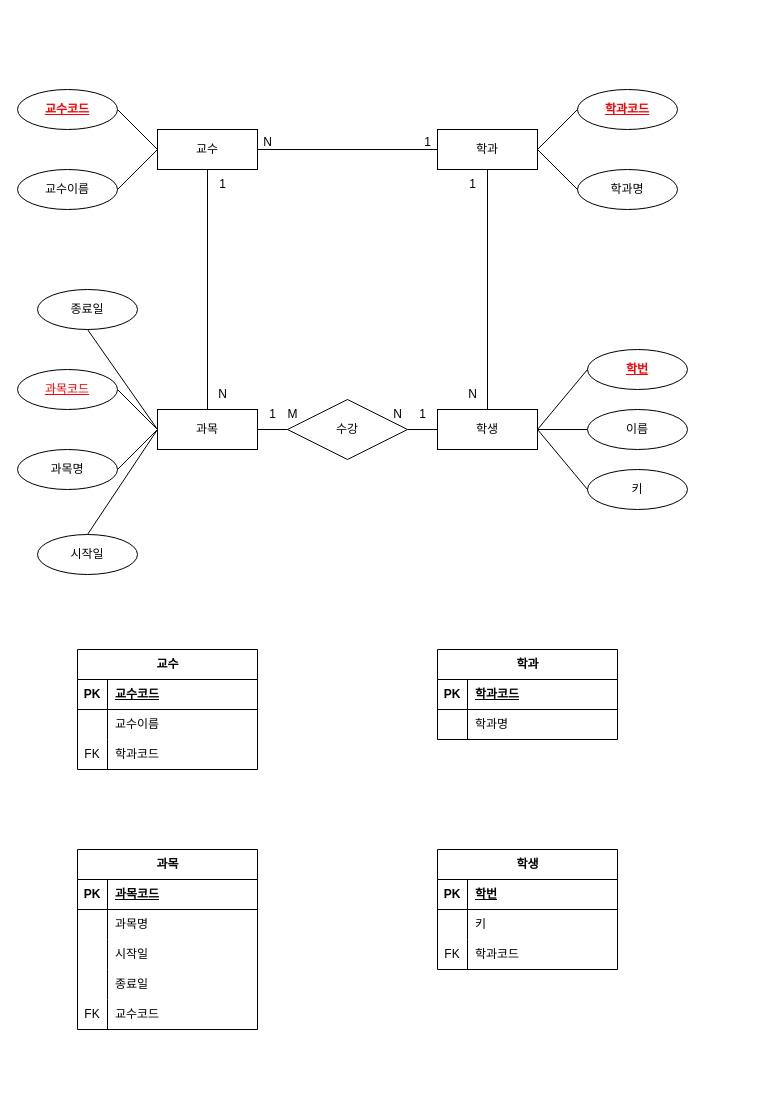
Earlier version of the draw.io diagram 학사관리.drawio (oin1230/OIN). Source tidied: cells renumbered, new cells numbered last; positions are measured from the earlier drawing's top-left corner, leaving out a move shared by most shapes. Both pictures are drawn from the tidied source at 100%, with x=0, y=0 at pixel (17, 89).
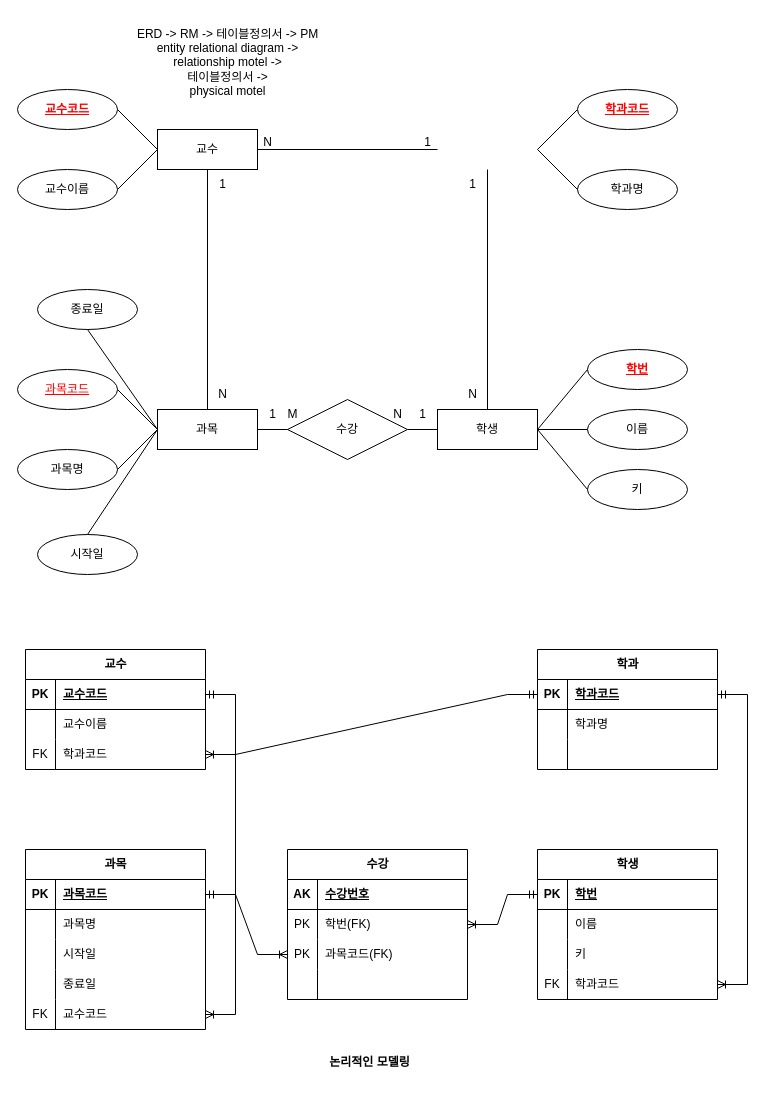
After the change.

Commit message:
학사관리.drawio 업데이트

Unchanged cells that the change refers to:
```xml
<mxCell id="3" value="교수" style="whiteSpace=wrap;html=1;align=center;" parent="1" vertex="1">
  <mxGeometry x="140" y="40" width="100" height="40" as="geometry" />
</mxCell>
<mxCell id="4" value="학생" style="whiteSpace=wrap;html=1;align=center;" parent="1" vertex="1">
  <mxGeometry x="420" y="320" width="100" height="40" as="geometry" />
</mxCell>
<mxCell id="13" value="학과코드" style="ellipse;whiteSpace=wrap;html=1;align=center;fontStyle=5;fontColor=#FF0000;" parent="1" vertex="1">
  <mxGeometry x="560" width="100" height="40" as="geometry" />
</mxCell>
<mxCell id="45" style="shape=tableRow;horizontal=0;startSize=0;swimlaneHead=0;swimlaneBody=0;fillColor=none;points=[[0,0.5],[1,0.5]];portConstraint=eastwest;top=0;left=0;right=0;bottom=1;" parent="44" vertex="1">
  <mxGeometry y="30" width="180" height="30" as="geometry" />
</mxCell>
<mxCell id="51" style="shape=tableRow;horizontal=0;startSize=0;swimlaneHead=0;swimlaneBody=0;fillColor=none;points=[[0,0.5],[1,0.5]];portConstraint=eastwest;top=0;left=0;right=0;bottom=0;" parent="44" vertex="1">
  <mxGeometry y="90" width="180" height="30" as="geometry" />
</mxCell>
<mxCell id="55" style="shape=tableRow;horizontal=0;startSize=0;swimlaneHead=0;swimlaneBody=0;fillColor=none;points=[[0,0.5],[1,0.5]];portConstraint=eastwest;top=0;left=0;right=0;bottom=1;" parent="54" vertex="1">
  <mxGeometry y="30" width="180" height="30" as="geometry" />
</mxCell>
<mxCell id="62" style="shape=tableRow;horizontal=0;startSize=0;swimlaneHead=0;swimlaneBody=0;fillColor=none;points=[[0,0.5],[1,0.5]];portConstraint=eastwest;top=0;left=0;right=0;bottom=1;" parent="61" vertex="1">
  <mxGeometry y="30" width="180" height="30" as="geometry" />
</mxCell>
<mxCell id="65" style="shape=tableRow;horizontal=0;startSize=0;swimlaneHead=0;swimlaneBody=0;fillColor=none;top=0;left=0;right=0;bottom=0;" parent="61" vertex="1">
  <mxGeometry y="60" width="180" height="30" as="geometry" />
</mxCell>
<mxCell id="72" style="shape=tableRow;horizontal=0;startSize=0;swimlaneHead=0;swimlaneBody=0;fillColor=none;points=[[0,0.5],[1,0.5]];portConstraint=eastwest;top=0;left=0;right=0;bottom=1;" parent="71" vertex="1">
  <mxGeometry y="30" width="180" height="30" as="geometry" />
</mxCell>
<mxCell id="84" style="shape=tableRow;horizontal=0;startSize=0;swimlaneHead=0;swimlaneBody=0;fillColor=none;points=[[0,0.5],[1,0.5]];portConstraint=eastwest;top=0;left=0;right=0;bottom=0;" parent="71" vertex="1">
  <mxGeometry y="150" width="180" height="30" as="geometry" />
</mxCell>
```

What changed in the source:
```diff
@@
-    <mxCell id="2" value="학과" style="whiteSpace=wrap;html=1;align=center;" parent="1" vertex="1">
-      <mxGeometry x="420" y="40" width="100" height="40" as="geometry" />
-    </mxCell>
@@
-    <mxCell id="23" style="endArrow=none;html=1;rounded=0;exitX=1;exitY=0.5;exitDx=0;exitDy=0;entryX=0;entryY=0.5;entryDx=0;entryDy=0;" parent="1" edge="1" source="2" target="13">
-      <mxGeometry relative="1" as="geometry" />
+    <mxCell id="23" style="endArrow=none;html=1;rounded=0;exitX=1;exitY=0.5;exitDx=0;exitDy=0;entryX=0;entryY=0.5;entryDx=0;entryDy=0;" parent="1" edge="1" target="13">
+      <mxGeometry relative="1" as="geometry">
+        <mxPoint x="520" y="60" as="sourcePoint" />
+      </mxGeometry>
     </mxCell>
@@
-    <mxCell id="29" style="endArrow=none;html=1;rounded=0;entryX=0;entryY=0.5;entryDx=0;entryDy=0;exitX=1;exitY=0.5;exitDx=0;exitDy=0;" parent="1" edge="1" source="3" target="2">
-      <mxGeometry relative="1" as="geometry" />
+    <mxCell id="29" style="endArrow=none;html=1;rounded=0;entryX=0;entryY=0.5;entryDx=0;entryDy=0;exitX=1;exitY=0.5;exitDx=0;exitDy=0;" parent="1" edge="1" source="3">
+      <mxGeometry relative="1" as="geometry">
+        <mxPoint x="420" y="60" as="targetPoint" />
+      </mxGeometry>
     </mxCell>
@@
-    <mxCell id="32" style="endArrow=none;html=1;rounded=0;entryX=0.5;entryY=1;entryDx=0;entryDy=0;exitX=0.5;exitY=0;exitDx=0;exitDy=0;" parent="1" edge="1" source="4" target="2">
-      <mxGeometry relative="1" as="geometry" />
+    <mxCell id="32" style="endArrow=none;html=1;rounded=0;entryX=0.5;entryY=1;entryDx=0;entryDy=0;exitX=0.5;exitY=0;exitDx=0;exitDy=0;" parent="1" edge="1" source="4">
+      <mxGeometry relative="1" as="geometry">
+        <mxPoint x="470" y="80" as="targetPoint" />
+      </mxGeometry>
     </mxCell>
@@
     <mxCell id="44" value="교수" style="shape=table;startSize=30;childLayout=tableLayout;rowLines=0;fontStyle=1;align=center;html=1;" parent="1" vertex="1">
-      <mxGeometry x="60" y="560" width="180" height="120" as="geometry" />
+      <mxGeometry x="8" y="560" width="180" height="120" as="geometry" />
     </mxCell>
@@
     <mxCell id="54" value="학과" style="shape=table;startSize=30;childLayout=tableLayout;rowLines=0;fontStyle=1;align=center;html=1;" parent="1" vertex="1">
-      <mxGeometry x="420" y="560" width="180" height="90" as="geometry" />
+      <mxGeometry x="520" y="560" width="180" height="120" as="geometry" />
     </mxCell>
@@
+    <mxCell id="87" style="shape=tableRow;horizontal=0;startSize=0;swimlaneHead=0;swimlaneBody=0;fillColor=none;top=0;left=0;right=0;bottom=0;" parent="54" vertex="1">
+      <mxGeometry y="90" width="180" height="30" as="geometry" />
+    </mxCell>
+    <mxCell id="88" style="shape=partialRectangle;fillColor=none;top=0;left=0;bottom=0;right=0;overflow=hidden;whiteSpace=wrap;html=1;" parent="87" vertex="1">
+      <mxGeometry width="30" height="30" as="geometry" />
+    </mxCell>
+    <mxCell id="89" style="shape=partialRectangle;fillColor=none;top=0;left=0;bottom=0;right=0;align=left;spacingLeft=6;overflow=hidden;whiteSpace=wrap;html=1;" parent="87" vertex="1">
+      <mxGeometry x="30" width="150" height="30" as="geometry" />
+    </mxCell>
     <mxCell id="61" value="학생" style="shape=table;startSize=30;childLayout=tableLayout;rowLines=0;fontStyle=1;align=center;html=1;" parent="1" vertex="1">
-      <mxGeometry x="420" y="760" width="180" height="120" as="geometry" />
+      <mxGeometry x="520" y="760" width="180" height="150" as="geometry" />
     </mxCell>
@@
-    <mxCell id="67" value="키" style="shape=partialRectangle;fillColor=none;top=0;left=0;bottom=0;right=0;align=left;spacingLeft=6;overflow=hidden;whiteSpace=wrap;html=1;" parent="65" vertex="1">
+    <mxCell id="67" value="이름" style="shape=partialRectangle;fillColor=none;top=0;left=0;bottom=0;right=0;align=left;spacingLeft=6;overflow=hidden;whiteSpace=wrap;html=1;" parent="65" vertex="1">
       <mxGeometry x="30" width="150" height="30" as="geometry" />
     </mxCell>
+    <mxCell id="90" style="shape=tableRow;horizontal=0;startSize=0;swimlaneHead=0;swimlaneBody=0;fillColor=none;top=0;left=0;right=0;bottom=0;" parent="61" vertex="1">
+      <mxGeometry y="90" width="180" height="30" as="geometry" />
+    </mxCell>
+    <mxCell id="91" style="shape=partialRectangle;fillColor=none;top=0;left=0;bottom=0;right=0;overflow=hidden;whiteSpace=wrap;html=1;" parent="90" vertex="1">
+      <mxGeometry width="30" height="30" as="geometry" />
+    </mxCell>
+    <mxCell id="92" value="키" style="shape=partialRectangle;fillColor=none;top=0;left=0;bottom=0;right=0;align=left;spacingLeft=6;overflow=hidden;whiteSpace=wrap;html=1;" parent="90" vertex="1">
+      <mxGeometry x="30" width="150" height="30" as="geometry" />
+    </mxCell>
     <mxCell id="68" style="shape=tableRow;horizontal=0;startSize=0;swimlaneHead=0;swimlaneBody=0;fillColor=none;points=[[0,0.5],[1,0.5]];portConstraint=eastwest;top=0;left=0;right=0;bottom=0;" parent="61" vertex="1">
-      <mxGeometry y="90" width="180" height="30" as="geometry" />
+      <mxGeometry y="120" width="180" height="30" as="geometry" />
     </mxCell>
@@
     <mxCell id="71" value="과목" style="shape=table;startSize=30;childLayout=tableLayout;rowLines=0;fontStyle=1;align=center;html=1;" parent="1" vertex="1">
-      <mxGeometry x="60" y="760" width="180" height="180" as="geometry" />
+      <mxGeometry x="8" y="760" width="180" height="180" as="geometry" />
     </mxCell>
@@
+    <mxCell id="93" value="ERD -&amp;gt; RM -&amp;gt; 테이블정의서 -&amp;gt; PM&lt;br&gt;entity relational diagram -&amp;gt; &lt;br&gt;relationship motel -&amp;gt;&lt;br&gt;테이블정의서 -&amp;gt;&lt;br&gt;physical motel" style="text;html=1;align=center;verticalAlign=middle;strokeColor=none;fillColor=none;" parent="1" vertex="1">
+      <mxGeometry x="105" y="-72" width="210" height="90" as="geometry" />
+    </mxCell>
+    <mxCell id="94" value="수강" style="shape=table;startSize=30;childLayout=tableLayout;rowLines=0;fontStyle=1;align=center;html=1;" parent="1" vertex="1">
+      <mxGeometry x="270" y="760" width="180" height="150" as="geometry" />
+    </mxCell>
+    <mxCell id="95" style="shape=tableRow;horizontal=0;startSize=0;swimlaneHead=0;swimlaneBody=0;fillColor=none;top=0;left=0;right=0;bottom=1;" parent="94" vertex="1">
+      <mxGeometry y="30" width="180" height="30" as="geometry" />
+    </mxCell>
+    <mxCell id="96" value="AK" style="shape=partialRectangle;fillColor=none;top=0;left=0;bottom=0;right=0;fontStyle=1;overflow=hidden;whiteSpace=wrap;html=1;" parent="95" vertex="1">
+      <mxGeometry width="30" height="30" as="geometry" />
+    </mxCell>
+    <mxCell id="97" value="수강번호" style="shape=partialRectangle;fillColor=none;top=0;left=0;bottom=0;right=0;align=left;spacingLeft=6;fontStyle=5;overflow=hidden;whiteSpace=wrap;html=1;" parent="95" vertex="1">
+      <mxGeometry x="30" width="150" height="30" as="geometry" />
+    </mxCell>
+    <mxCell id="98" style="shape=tableRow;horizontal=0;startSize=0;swimlaneHead=0;swimlaneBody=0;fillColor=none;points=[[0,0.5],[1,0.5]];portConstraint=eastwest;top=0;left=0;right=0;bottom=0;" parent="94" vertex="1">
+      <mxGeometry y="60" width="180" height="30" as="geometry" />
+    </mxCell>
+    <mxCell id="99" value="PK" style="shape=partialRectangle;fillColor=none;top=0;left=0;bottom=0;right=0;overflow=hidden;whiteSpace=wrap;html=1;" parent="98" vertex="1">
+      <mxGeometry width="30" height="30" as="geometry" />
+    </mxCell>
+    <mxCell id="100" value="학번(FK)" style="shape=partialRectangle;fillColor=none;top=0;left=0;bottom=0;right=0;align=left;spacingLeft=6;overflow=hidden;whiteSpace=wrap;html=1;" parent="98" vertex="1">
+      <mxGeometry x="30" width="150" height="30" as="geometry" />
+    </mxCell>
+    <mxCell id="101" style="shape=tableRow;horizontal=0;startSize=0;swimlaneHead=0;swimlaneBody=0;fillColor=none;points=[[0,0.5],[1,0.5]];portConstraint=eastwest;top=0;left=0;right=0;bottom=0;" parent="94" vertex="1">
+      <mxGeometry y="90" width="180" height="30" as="geometry" />
+    </mxCell>
+    <mxCell id="102" value="PK" style="shape=partialRectangle;fillColor=none;top=0;left=0;bottom=0;right=0;overflow=hidden;whiteSpace=wrap;html=1;" parent="101" vertex="1">
+      <mxGeometry width="30" height="30" as="geometry" />
+    </mxCell>
+    <mxCell id="103" value="과목코드(FK)" style="shape=partialRectangle;fillColor=none;top=0;left=0;bottom=0;right=0;align=left;spacingLeft=6;overflow=hidden;whiteSpace=wrap;html=1;" parent="101" vertex="1">
+      <mxGeometry x="30" width="150" height="30" as="geometry" />
+    </mxCell>
+    <mxCell id="104" style="shape=tableRow;horizontal=0;startSize=0;swimlaneHead=0;swimlaneBody=0;fillColor=none;top=0;left=0;right=0;bottom=0;" parent="94" vertex="1">
+      <mxGeometry y="120" width="180" height="30" as="geometry" />
+    </mxCell>
+    <mxCell id="105" style="shape=partialRectangle;fillColor=none;top=0;left=0;bottom=0;right=0;overflow=hidden;whiteSpace=wrap;html=1;" parent="104" vertex="1">
+      <mxGeometry width="30" height="30" as="geometry" />
+    </mxCell>
+    <mxCell id="106" style="shape=partialRectangle;fillColor=none;top=0;left=0;bottom=0;right=0;align=left;spacingLeft=6;overflow=hidden;whiteSpace=wrap;html=1;" parent="104" vertex="1">
+      <mxGeometry x="30" width="150" height="30" as="geometry" />
+    </mxCell>
+    <mxCell id="107" style="edgeStyle=entityRelationEdgeStyle;fontSize=12;html=1;endArrow=ERoneToMany;startArrow=ERmandOne;rounded=0;exitX=1;exitY=0.5;exitDx=0;exitDy=0;entryX=1;entryY=0.5;entryDx=0;entryDy=0;" parent="1" edge="1" source="45" target="84">
+      <mxGeometry relative="1" as="geometry" />
+    </mxCell>
+    <mxCell id="108" style="edgeStyle=entityRelationEdgeStyle;fontSize=12;html=1;endArrow=ERoneToMany;startArrow=ERmandOne;rounded=0;entryX=1;entryY=0.5;entryDx=0;entryDy=0;exitX=0;exitY=0.5;exitDx=0;exitDy=0;" parent="1" edge="1" source="55" target="51">
+      <mxGeometry relative="1" as="geometry" />
+    </mxCell>
+    <mxCell id="109" style="edgeStyle=entityRelationEdgeStyle;fontSize=12;html=1;endArrow=ERoneToMany;startArrow=ERmandOne;rounded=0;exitX=1;exitY=0.5;exitDx=0;exitDy=0;entryX=1;entryY=0.5;entryDx=0;entryDy=0;" parent="1" edge="1" source="55" target="68">
+      <mxGeometry relative="1" as="geometry" />
+    </mxCell>
+    <mxCell id="110" style="edgeStyle=entityRelationEdgeStyle;fontSize=12;html=1;endArrow=ERoneToMany;startArrow=ERmandOne;rounded=0;exitX=1;exitY=0.5;exitDx=0;exitDy=0;entryX=0;entryY=0.5;entryDx=0;entryDy=0;" parent="1" edge="1" source="72" target="101">
+      <mxGeometry relative="1" as="geometry">
+        <Array as="points">
+          <mxPoint x="430" y="690" />
+        </Array>
+      </mxGeometry>
+    </mxCell>
+    <mxCell id="111" style="edgeStyle=entityRelationEdgeStyle;fontSize=12;html=1;endArrow=ERoneToMany;startArrow=ERmandOne;rounded=0;exitX=0;exitY=0.5;exitDx=0;exitDy=0;entryX=1;entryY=0.5;entryDx=0;entryDy=0;" parent="1" edge="1" source="62" target="98">
+      <mxGeometry relative="1" as="geometry" />
+    </mxCell>
+    <mxCell id="112" value="논리적인 모델링" style="text;html=1;align=center;verticalAlign=middle;strokeColor=none;fillColor=none;fontStyle=1;" parent="1" vertex="1">
+      <mxGeometry x="297" y="958" width="110" height="30" as="geometry" />
+    </mxCell>
```
